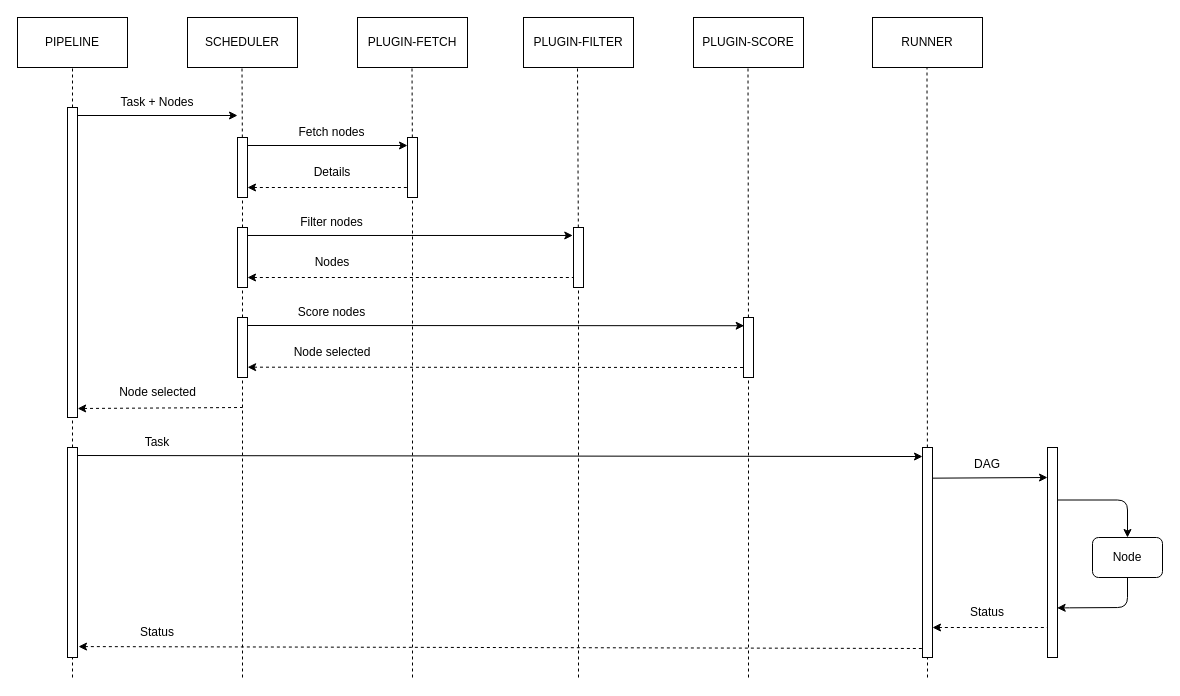
This is flow.drawio from pipego/deploy, a draw.io file, before an edit. Source tidied: cells renumbered, new cells numbered last; positions are measured from the earlier drawing's top-left corner, leaving out a move shared by most shapes. Both pictures are drawn from the tidied source at 100%, with x=0, y=0 at pixel (17, 17).
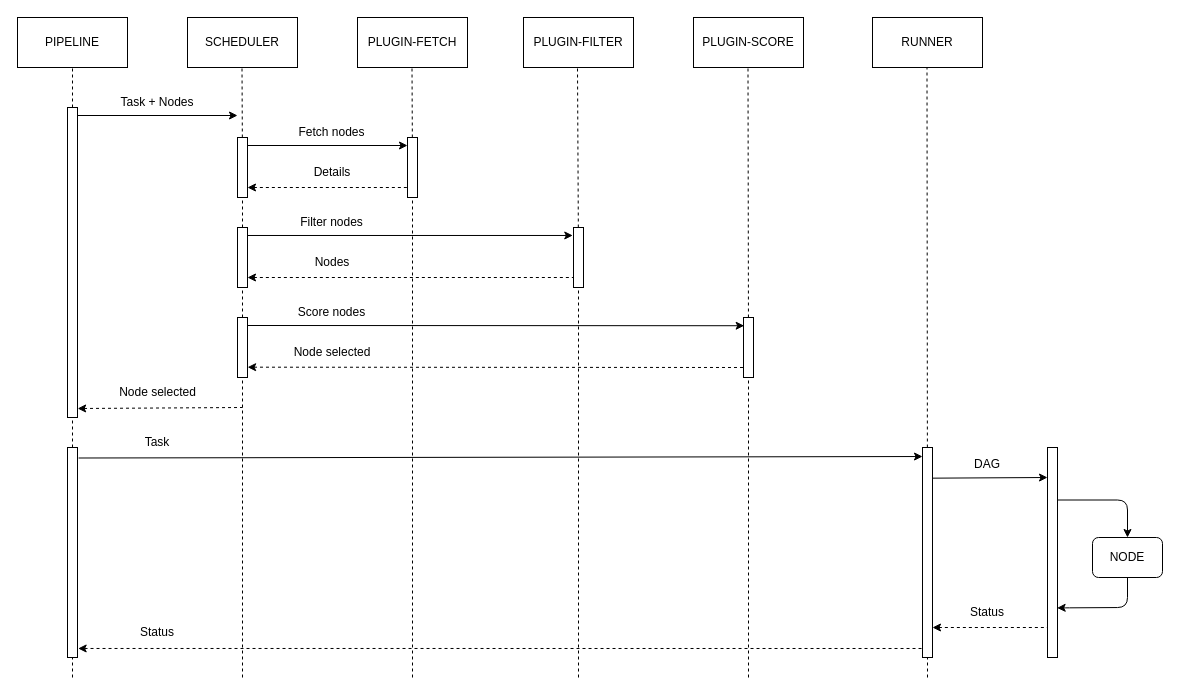
The same page after the edit.

Commit message (it also covers changes not shown here):
doc(flow): update flow for runner and scheduler

Unchanged cells that the change refers to:
```xml
<mxCell id="43" style="rounded=0;whiteSpace=wrap;html=1;" parent="1" vertex="1">
  <mxGeometry x="905" y="430" width="10" height="210" as="geometry" />
</mxCell>
<mxCell id="53" style="rounded=0;whiteSpace=wrap;html=1;" parent="1" vertex="1">
  <mxGeometry x="50" y="430" width="10" height="210" as="geometry" />
</mxCell>
```

Change to the diagram source:
```diff
@@
-    <mxCell id="23" style="endArrow=classic;html=1;entryX=0;entryY=0.043;entryDx=0;entryDy=0;entryPerimeter=0;" parent="1" edge="1" target="43">
-      <mxGeometry relative="1" as="geometry">
-        <mxPoint x="55" y="438" as="sourcePoint" />
-      </mxGeometry>
+    <mxCell id="23" style="endArrow=classic;html=1;entryX=0;entryY=0.043;entryDx=0;entryDy=0;entryPerimeter=0;exitX=1.111;exitY=0.05;exitDx=0;exitDy=0;exitPerimeter=0;" parent="1" edge="1" source="53" target="43">
+      <mxGeometry relative="1" as="geometry" />
     </mxCell>
@@
-    <mxCell id="51" value="Node" style="rounded=1;whiteSpace=wrap;html=1;" parent="1" vertex="1">
+    <mxCell id="51" value="NODE" style="rounded=1;whiteSpace=wrap;html=1;" parent="1" vertex="1">
       <mxGeometry x="1075" y="520" width="70" height="40" as="geometry" />
     </mxCell>
-    <mxCell id="52" style="endArrow=none;html=1;entryX=0;entryY=0.043;entryDx=0;entryDy=0;entryPerimeter=0;endFill=0;dashed=1;startArrow=classic;startFill=1;exitX=1.1;exitY=0.948;exitDx=0;exitDy=0;exitPerimeter=0;" parent="1" edge="1" source="53">
+    <mxCell id="52" style="endArrow=none;html=1;entryX=0;entryY=0.043;entryDx=0;entryDy=0;entryPerimeter=0;endFill=0;dashed=1;startArrow=classic;startFill=1;exitX=1.066;exitY=0.957;exitDx=0;exitDy=0;exitPerimeter=0;" parent="1" edge="1" source="53">
       <mxGeometry relative="1" as="geometry">
         <mxPoint x="905" y="631" as="targetPoint" />
       </mxGeometry>
     </mxCell>
```
